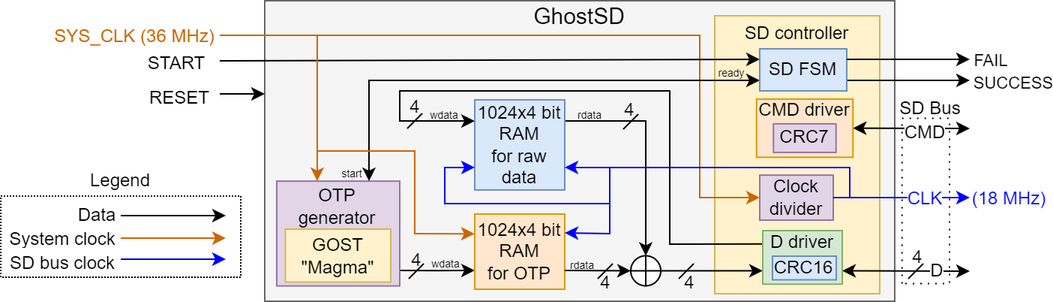
Above: docs/GhostSD_fpga.png in sirazenkov/GhostSD (draw.io), before the change. Source tidied: cells renumbered, new cells last; positions are measured from the earlier drawing's top-left corner, leaving out a move shared by most shapes.
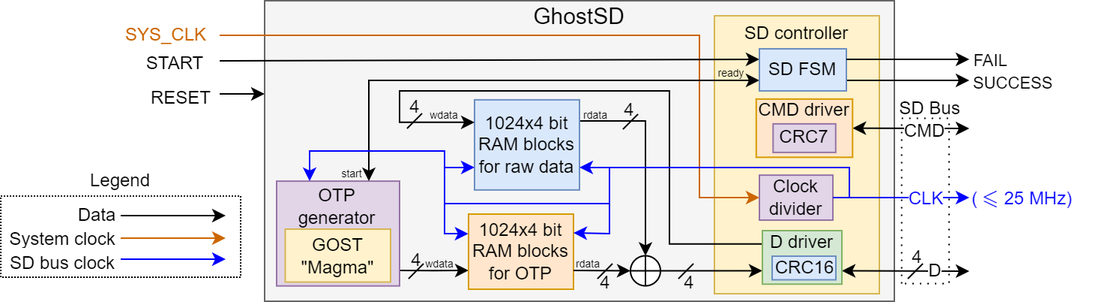
Later version of the same file.

The edit, as a diff of the source:
```diff
@@ -1,4 +1,4 @@
-<mxGraphModel>
+<mxGraphModel math="1">
   <root>
     <mxCell id="0" />
     <mxCell id="1" parent="0" />
@@ -59,9 +59,9 @@
         <mxPoint x="12" y="1" as="offset" />
       </mxGeometry>
     </mxCell>
-    <mxCell id="16" value="&lt;font color=&quot;#0000ff&quot;&gt;(18 MHz)&lt;/font&gt;" style="edgeLabel;html=1;align=center;verticalAlign=middle;fontSize=12;" parent="14" vertex="1">
+    <mxCell id="16" value="&lt;font color=&quot;#0000ff&quot;&gt;( \(\leqslant\)&amp;nbsp;25 MHz)&lt;/font&gt;" style="edgeLabel;html=1;align=center;verticalAlign=middle;fontSize=12;" parent="14" vertex="1">
       <mxGeometry x="0.86" y="1" relative="1" as="geometry">
-        <mxPoint x="31" y="1" as="offset" />
+        <mxPoint x="40" y="1" as="offset" />
       </mxGeometry>
     </mxCell>
     <mxCell id="17" style="endArrow=none;html=1;rounded=0;fontSize=12;" parent="1" edge="1">
@@ -87,13 +87,13 @@
         </Array>
       </mxGeometry>
     </mxCell>
-    <mxCell id="21" value="&lt;font color=&quot;#cc6600&quot;&gt;SYS_CLK (36 MHz)&lt;/font&gt;" style="edgeLabel;html=1;align=center;verticalAlign=middle;fontSize=12;" parent="20" vertex="1">
+    <mxCell id="21" value="&lt;font color=&quot;#cc6600&quot;&gt;SYS_CLK&lt;/font&gt;" style="edgeLabel;html=1;align=center;verticalAlign=middle;fontSize=12;" parent="20" vertex="1">
       <mxGeometry x="-0.93" y="-1" relative="1" as="geometry">
-        <mxPoint x="-74" y="-1" as="offset" />
+        <mxPoint x="-54" y="-2" as="offset" />
       </mxGeometry>
     </mxCell>
-    <mxCell id="22" value="1024x4 bit RAM&lt;br&gt;for OTP" style="rounded=0;whiteSpace=wrap;html=1;labelBackgroundColor=none;fontSize=12;fillColor=#ffe6cc;strokeColor=#d79b00;" parent="1" vertex="1">
-      <mxGeometry x="316" y="142" width="60" height="50" as="geometry" />
+    <mxCell id="22" value="1024x4 bit RAM blocks&lt;br&gt;for OTP" style="rounded=0;whiteSpace=wrap;html=1;labelBackgroundColor=none;fontSize=12;fillColor=#ffe6cc;strokeColor=#d79b00;" parent="1" vertex="1">
+      <mxGeometry x="312" y="142" width="70" height="50" as="geometry" />
     </mxCell>
     <mxCell id="23" style="edgeStyle=orthogonalEdgeStyle;rounded=0;jettySize=auto;html=1;entryX=0.5;entryY=0;entryDx=0;entryDy=0;exitX=0.996;exitY=0.434;exitDx=0;exitDy=0;exitPerimeter=0;" parent="1" edge="1" source="24" target="43">
       <mxGeometry relative="1" as="geometry">
@@ -102,8 +102,8 @@
         </Array>
       </mxGeometry>
     </mxCell>
-    <mxCell id="24" value="1024x4 bit RAM&lt;br&gt;for raw data" style="rounded=0;whiteSpace=wrap;html=1;labelBackgroundColor=none;fontSize=12;fillColor=#dae8fc;strokeColor=#6c8ebf;" parent="1" vertex="1">
-      <mxGeometry x="316" y="65.9" width="60" height="60" as="geometry" />
+    <mxCell id="24" value="1024x4 bit RAM blocks&lt;br&gt;for raw data" style="rounded=0;whiteSpace=wrap;html=1;labelBackgroundColor=none;fontSize=12;fillColor=#dae8fc;strokeColor=#6c8ebf;" parent="1" vertex="1">
+      <mxGeometry x="316" y="65.9" width="70" height="60" as="geometry" />
     </mxCell>
     <mxCell id="25" style="edgeStyle=orthogonalEdgeStyle;rounded=0;jettySize=auto;html=1;entryX=0;entryY=0.25;entryDx=0;entryDy=0;fontSize=12;startArrow=none;startFill=0;endArrow=classic;endFill=1;exitX=0;exitY=0.25;exitDx=0;exitDy=0;" parent="1" edge="1" source="58" target="24">
       <mxGeometry relative="1" as="geometry">
@@ -216,18 +216,13 @@
         <mxPoint x="-201" y="57" as="offset" />
       </mxGeometry>
     </mxCell>
-    <mxCell id="46" style="endArrow=classic;html=1;rounded=0;fontSize=15;strokeColor=#CC6600;" parent="1" edge="1">
-      <mxGeometry relative="1" as="geometry">
-        <mxPoint x="211" y="23" as="sourcePoint" />
-        <mxPoint x="211" y="120" as="targetPoint" />
-      </mxGeometry>
-    </mxCell>
-    <mxCell id="47" style="endArrow=classic;html=1;rounded=0;fontSize=15;strokeColor=#CC6600;entryX=-0.002;entryY=0.262;entryDx=0;entryDy=0;entryPerimeter=0;" parent="1" edge="1" target="22">
+    <mxCell id="47" style="endArrow=classic;html=1;rounded=0;fontSize=15;strokeColor=#0000FF;entryX=-0.002;entryY=0.262;entryDx=0;entryDy=0;entryPerimeter=0;startArrow=classic;startFill=1;exitX=0.268;exitY=-0.001;exitDx=0;exitDy=0;exitPerimeter=0;" parent="1" edge="1" source="8" target="22">
       <mxGeometry relative="1" as="geometry">
-        <mxPoint x="211" y="100" as="sourcePoint" />
         <Array as="points">
-          <mxPoint x="276" y="100" />
-          <mxPoint x="276" y="155" />
+          <mxPoint x="206" y="100" />
+          <mxPoint x="296" y="100" />
+          <mxPoint x="296" y="130" />
+          <mxPoint x="296" y="155" />
         </Array>
       </mxGeometry>
     </mxCell>
@@ -314,19 +309,19 @@
       <mxGeometry x="286" y="72.3" width="20" height="6.1" as="geometry" />
     </mxCell>
     <mxCell id="65" value="&lt;p style=&quot;line-height: 100%;&quot;&gt;&lt;font style=&quot;font-size: 7px;&quot;&gt;wdata&lt;/font&gt;&lt;/p&gt;" style="text;html=1;strokeColor=none;fillColor=none;align=center;verticalAlign=middle;whiteSpace=wrap;rounded=0;" parent="1" vertex="1">
-      <mxGeometry x="287" y="170.5" width="20" height="6.1" as="geometry" />
+      <mxGeometry x="283" y="170.5" width="20" height="6.1" as="geometry" />
     </mxCell>
     <mxCell id="66" value="&lt;font style=&quot;font-size: 12px;&quot;&gt;OTP generator&lt;/font&gt;" style="text;html=1;strokeColor=none;fillColor=none;align=center;verticalAlign=middle;whiteSpace=wrap;rounded=0;fontSize=7;" parent="1" vertex="1">
       <mxGeometry x="191.2" y="122" width="66.8" height="30" as="geometry" />
     </mxCell>
     <mxCell id="67" value="&lt;p style=&quot;line-height: 100%;&quot;&gt;&lt;font style=&quot;font-size: 7px;&quot;&gt;rdata&lt;/font&gt;&lt;/p&gt;" style="text;html=1;strokeColor=none;fillColor=none;align=center;verticalAlign=middle;whiteSpace=wrap;rounded=0;" parent="1" vertex="1">
-      <mxGeometry x="377.6" y="171.7" width="20" height="6.1" as="geometry" />
+      <mxGeometry x="381.6" y="170.7" width="20" height="6.1" as="geometry" />
     </mxCell>
     <mxCell id="68" style="endArrow=classic;html=1;rounded=0;fontSize=12;exitX=1;exitY=0.75;exitDx=0;exitDy=0;entryX=0;entryY=0.5;entryDx=0;entryDy=0;" parent="1" edge="1" source="22" target="43">
       <mxGeometry relative="1" as="geometry" />
     </mxCell>
     <mxCell id="69" value="&lt;p style=&quot;line-height: 100%;&quot;&gt;&lt;font style=&quot;font-size: 7px;&quot;&gt;rdata&lt;/font&gt;&lt;/p&gt;" style="text;html=1;strokeColor=none;fillColor=none;align=center;verticalAlign=middle;whiteSpace=wrap;rounded=0;" parent="1" vertex="1">
-      <mxGeometry x="382.6" y="71.7" width="20" height="6.1" as="geometry" />
+      <mxGeometry x="386.6" y="71.7" width="20" height="6.1" as="geometry" />
     </mxCell>
     <mxCell id="70" style="endArrow=none;html=1;rounded=0;fontSize=12;" parent="1" edge="1">
       <mxGeometry relative="1" as="geometry">
```
